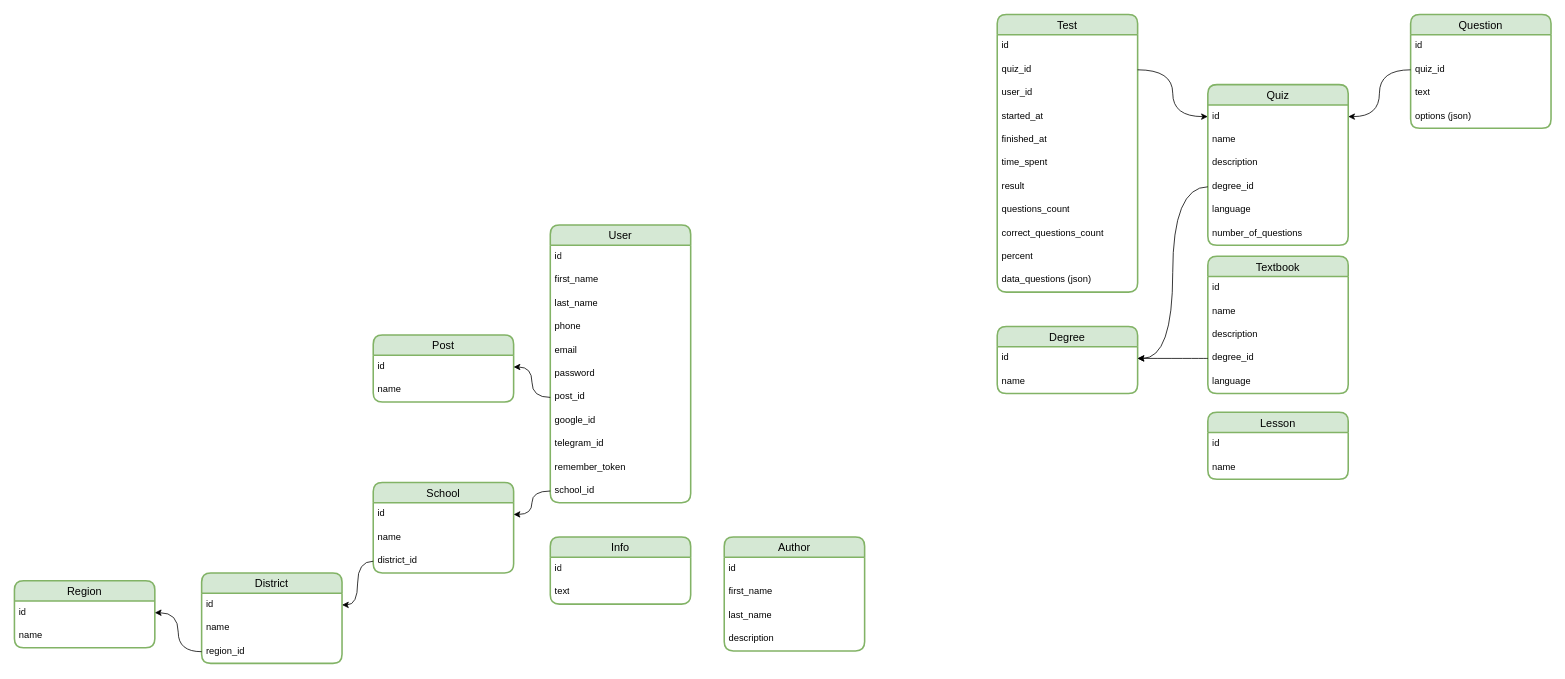
This is karsoft-learn-platform.drawio from iztileuoff/databases, a draw.io file, before an edit. Source tidied: cells renumbered, new cells numbered last; positions are measured from the earlier drawing's top-left corner, leaving out a move shared by most shapes. Both pictures are drawn from the tidied source at 78%, with x=0, y=0 at pixel (14, 14).
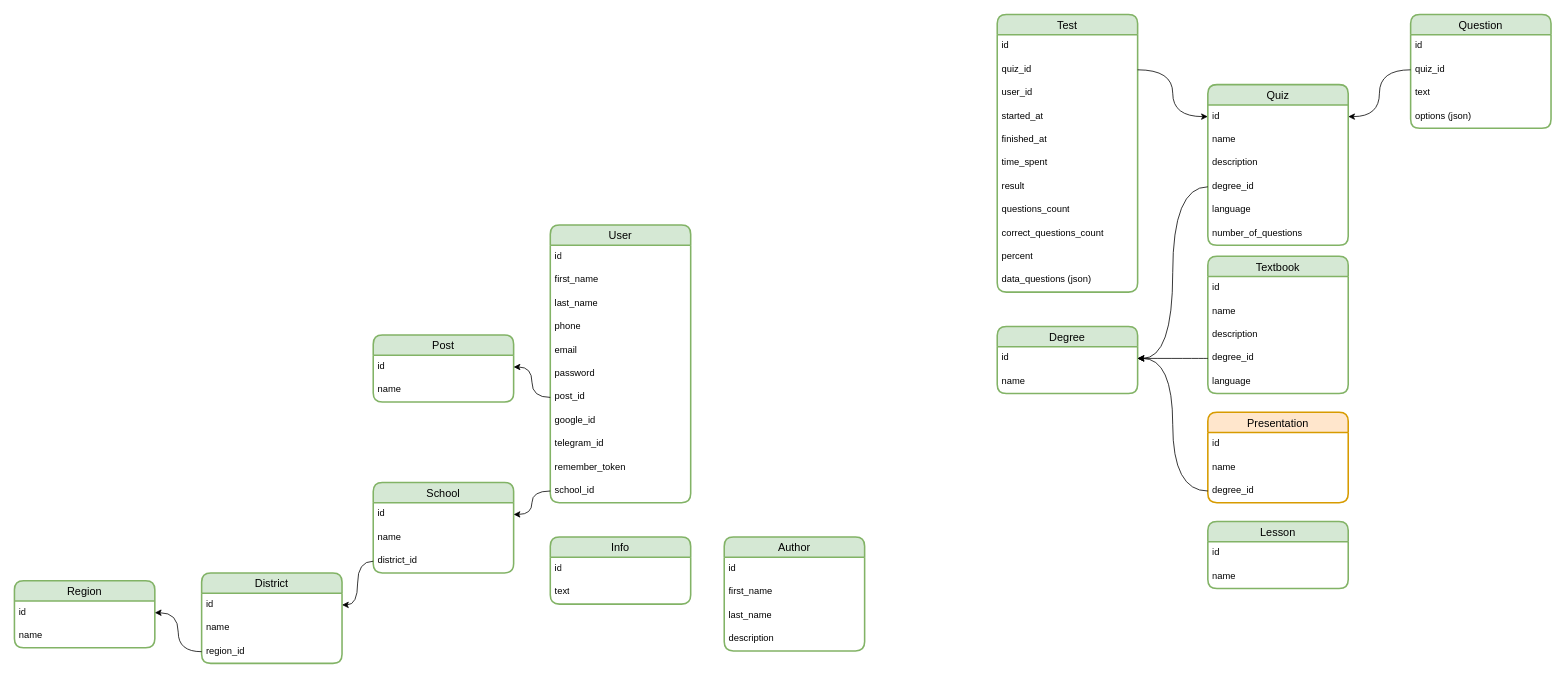
After the change.

The change refers to these unchanged cells:
```xml
<mxCell id="56" value="id" style="text;strokeColor=none;fillColor=none;spacingLeft=4;spacingRight=4;overflow=hidden;points=[[0,0.5],[1,0.5]];portConstraint=eastwest;fontSize=12;whiteSpace=wrap;html=1;" parent="55" vertex="1">
  <mxGeometry y="26" width="180" height="30" as="geometry" />
</mxCell>
```

What changed in the source:
```diff
@@
-    <mxCell id="49" value="Lesson" style="swimlane;fontStyle=0;horizontal=1;startSize=26;align=center;fontSize=14;strokeWidth=2;rounded=1;shadow=0;glass=0;swimlaneLine=1;labelBackgroundColor=none;labelBorderColor=none;textShadow=0;fillColor=#d5e8d4;strokeColor=#82b366;" parent="1" vertex="1">
-      <mxGeometry x="1530" y="510" width="180" height="86" as="geometry" />
+    <mxCell id="49" value="Presentation" style="swimlane;fontStyle=0;horizontal=1;startSize=26;align=center;fontSize=14;strokeWidth=2;rounded=1;shadow=0;glass=0;swimlaneLine=1;labelBackgroundColor=none;labelBorderColor=none;textShadow=0;fillColor=#ffe6cc;strokeColor=#d79b00;" parent="1" vertex="1">
+      <mxGeometry x="1530" y="510" width="180" height="116" as="geometry" />
     </mxCell>
@@
+    <mxCell id="80" value="degree_id" style="text;strokeColor=none;fillColor=none;spacingLeft=4;spacingRight=4;overflow=hidden;points=[[0,0.5],[1,0.5]];portConstraint=eastwest;fontSize=12;whiteSpace=wrap;html=1;" parent="49" vertex="1">
+      <mxGeometry y="86" width="180" height="30" as="geometry" />
+    </mxCell>
@@
+    <mxCell id="81" value="Lesson" style="swimlane;fontStyle=0;horizontal=1;startSize=26;align=center;fontSize=14;strokeWidth=2;rounded=1;shadow=0;glass=0;swimlaneLine=1;labelBackgroundColor=none;labelBorderColor=none;textShadow=0;fillColor=#d5e8d4;strokeColor=#82b366;" parent="1" vertex="1">
+      <mxGeometry x="1530" y="650" width="180" height="86" as="geometry" />
+    </mxCell>
+    <mxCell id="82" value="id" style="text;strokeColor=none;fillColor=none;spacingLeft=4;spacingRight=4;overflow=hidden;fontSize=12;whiteSpace=wrap;html=1;" parent="81" vertex="1">
+      <mxGeometry y="26" width="180" height="30" as="geometry" />
+    </mxCell>
+    <mxCell id="83" value="name" style="text;strokeColor=none;fillColor=none;spacingLeft=4;spacingRight=4;overflow=hidden;fontSize=12;whiteSpace=wrap;html=1;" parent="81" vertex="1">
+      <mxGeometry y="56" width="180" height="30" as="geometry" />
+    </mxCell>
+    <mxCell id="84" style="edgeStyle=orthogonalEdgeStyle;rounded=0;jettySize=auto;html=1;entryX=1;entryY=0.5;entryDx=0;entryDy=0;curved=1;" parent="1" edge="1" source="80" target="56">
+      <mxGeometry relative="1" as="geometry" />
+    </mxCell>
```
